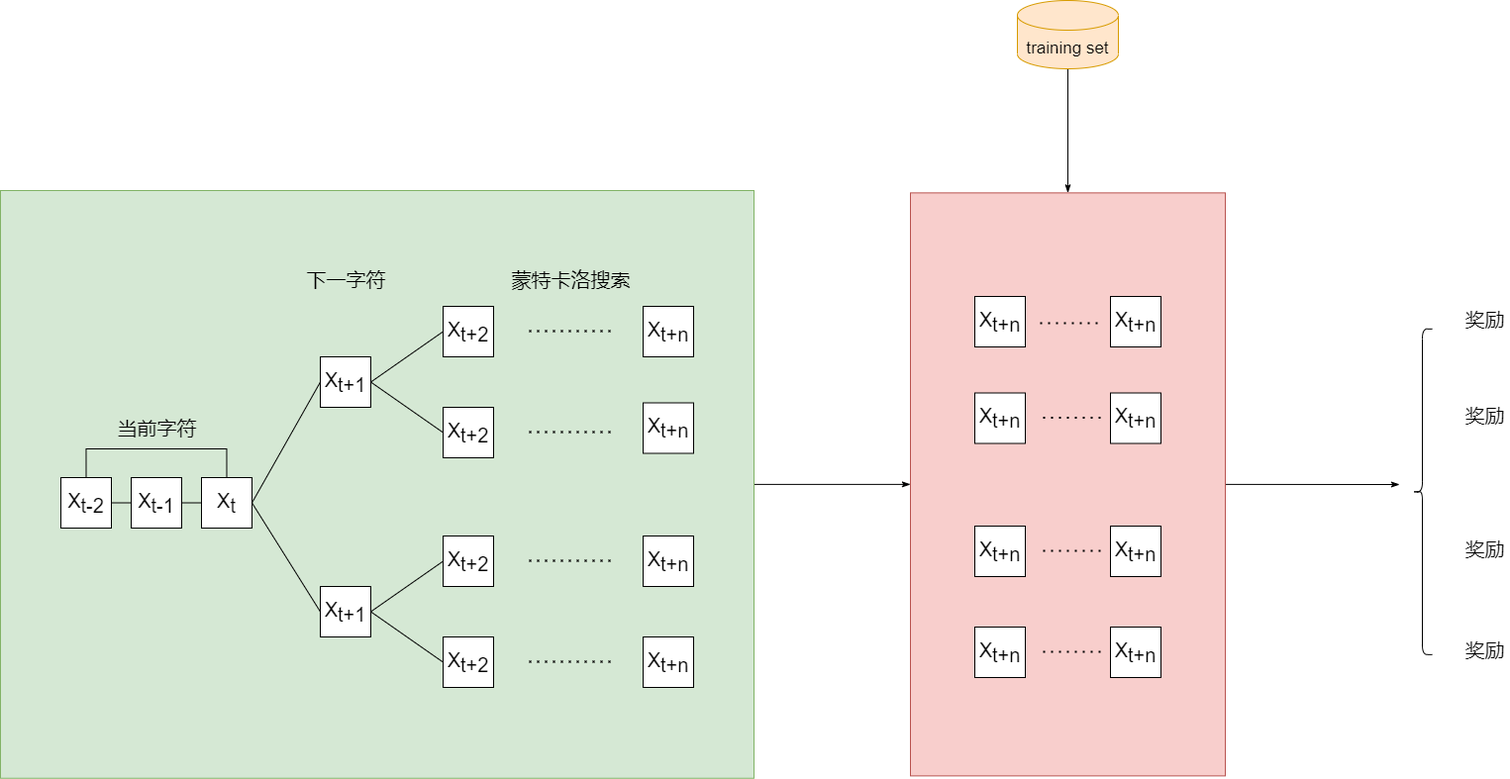
lakomi/pictures keeps this draw.io diagram as seqgan.drawio.png. Above is the earlier version. Source tidied: cells renumbered, new cells last; positions are measured from the earlier drawing's top-left corner, leaving out a move shared by most shapes.
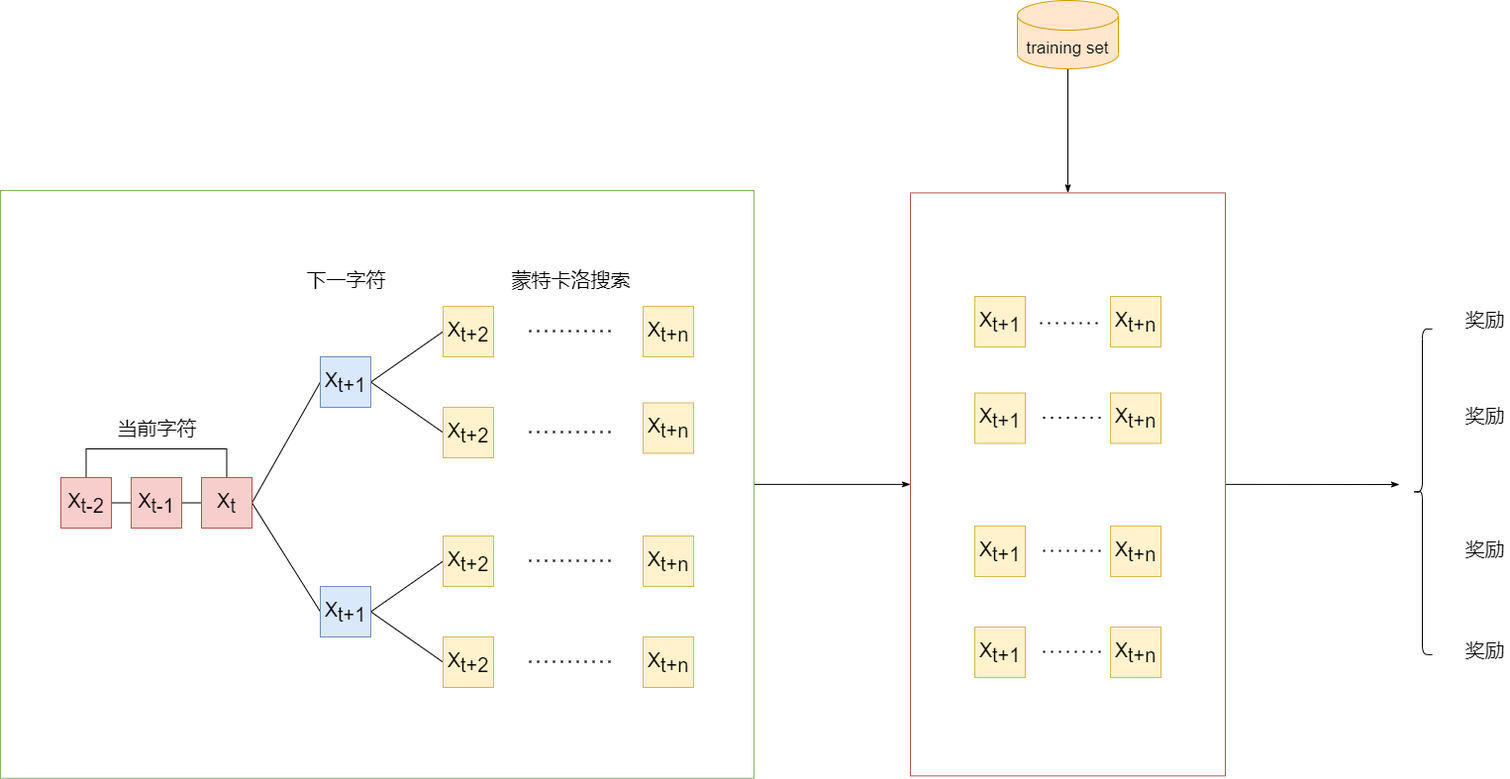
Above is the later version.

What changed in the source:
```diff
@@ -7,13 +7,13 @@
         <mxPoint x="1413" y="489" as="targetPoint" />
       </mxGeometry>
     </mxCell>
-    <mxCell id="3" style="rounded=0;whiteSpace=wrap;html=1;fillColor=#f8cecc;strokeColor=#b85450;fontSize=17;" parent="1" vertex="1">
+    <mxCell id="3" style="rounded=0;whiteSpace=wrap;html=1;fillColor=#FFFFFF;strokeColor=#b85450;fontSize=17;" parent="1" vertex="1">
       <mxGeometry x="919" y="194.4" width="318" height="589" as="geometry" />
     </mxCell>
     <mxCell id="4" style="edgeStyle=none;rounded=0;jettySize=auto;html=1;exitX=1;exitY=0.5;exitDx=0;exitDy=0;entryX=0;entryY=0.5;entryDx=0;entryDy=0;fontSize=20;endArrow=classicThin;endFill=1;" parent="1" edge="1" source="5" target="3">
       <mxGeometry relative="1" as="geometry" />
     </mxCell>
-    <mxCell id="5" style="rounded=0;whiteSpace=wrap;html=1;fillColor=#d5e8d4;strokeColor=#82b366;fontSize=17;" parent="1" vertex="1">
+    <mxCell id="5" style="rounded=0;whiteSpace=wrap;html=1;fillColor=#FFFFFF;strokeColor=#82b366;fontSize=17;" parent="1" vertex="1">
       <mxGeometry y="192" width="761" height="593.8" as="geometry" />
     </mxCell>
     <mxCell id="6" style="edgeStyle=none;rounded=0;jettySize=auto;html=1;exitX=0.5;exitY=1;exitDx=0;exitDy=0;exitPerimeter=0;fontSize=20;endArrow=classicThin;endFill=1;" parent="1" edge="1" source="7" target="3">
@@ -33,13 +33,13 @@
         </Array>
       </mxGeometry>
     </mxCell>
-    <mxCell id="10" value="&lt;span style=&quot;font-size: 20px;&quot;&gt;X&lt;/span&gt;&lt;sub style=&quot;font-size: 20px;&quot;&gt;t-2&lt;/sub&gt;" style="rounded=0;whiteSpace=wrap;html=1;fontSize=20;" parent="1" vertex="1">
+    <mxCell id="10" value="&lt;span style=&quot;font-size: 20px;&quot;&gt;X&lt;/span&gt;&lt;sub style=&quot;font-size: 20px;&quot;&gt;t-2&lt;/sub&gt;" style="rounded=0;whiteSpace=wrap;html=1;fontSize=20;fillColor=#f8cecc;strokeColor=#b85450;" parent="1" vertex="1">
       <mxGeometry x="61" y="482" width="51" height="51" as="geometry" />
     </mxCell>
     <mxCell id="11" style="edgeStyle=orthogonalEdgeStyle;rounded=0;jettySize=auto;html=1;exitX=1;exitY=0.5;exitDx=0;exitDy=0;entryX=0;entryY=0.5;entryDx=0;entryDy=0;fontSize=20;endArrow=none;endFill=0;" parent="1" edge="1" source="12" target="15">
       <mxGeometry relative="1" as="geometry" />
     </mxCell>
-    <mxCell id="12" value="&lt;span style=&quot;font-size: 20px;&quot;&gt;X&lt;/span&gt;&lt;sub style=&quot;font-size: 20px;&quot;&gt;t-1&lt;/sub&gt;" style="rounded=0;whiteSpace=wrap;html=1;fontSize=20;" parent="1" vertex="1">
+    <mxCell id="12" value="&lt;span style=&quot;font-size: 20px;&quot;&gt;X&lt;/span&gt;&lt;sub style=&quot;font-size: 20px;&quot;&gt;t-1&lt;/sub&gt;" style="rounded=0;whiteSpace=wrap;html=1;fontSize=20;fillColor=#f8cecc;strokeColor=#b85450;" parent="1" vertex="1">
       <mxGeometry x="132" y="482" width="51" height="51" as="geometry" />
     </mxCell>
     <mxCell id="13" style="rounded=0;jettySize=auto;html=1;exitX=1;exitY=0.5;exitDx=0;exitDy=0;entryX=0;entryY=0.5;entryDx=0;entryDy=0;fontSize=20;endArrow=none;endFill=0;" parent="1" edge="1" source="15" target="19">
@@ -48,7 +48,7 @@
     <mxCell id="14" style="edgeStyle=none;rounded=0;jettySize=auto;html=1;exitX=1;exitY=0.5;exitDx=0;exitDy=0;entryX=0;entryY=0.5;entryDx=0;entryDy=0;fontSize=20;endArrow=none;endFill=0;" parent="1" edge="1" source="15" target="22">
       <mxGeometry relative="1" as="geometry" />
     </mxCell>
-    <mxCell id="15" value="X&lt;sub style=&quot;font-size: 20px;&quot;&gt;t&lt;/sub&gt;" style="rounded=0;whiteSpace=wrap;html=1;fontSize=20;" parent="1" vertex="1">
+    <mxCell id="15" value="X&lt;sub style=&quot;font-size: 20px;&quot;&gt;t&lt;/sub&gt;" style="rounded=0;whiteSpace=wrap;html=1;fontSize=20;fillColor=#f8cecc;strokeColor=#b85450;" parent="1" vertex="1">
       <mxGeometry x="203" y="482" width="51" height="51" as="geometry" />
     </mxCell>
     <mxCell id="16" value="当前字符" style="text;html=1;align=center;verticalAlign=middle;strokeColor=none;fillColor=none;fontSize=20;" parent="1" vertex="1">
@@ -60,7 +60,7 @@
     <mxCell id="18" style="edgeStyle=none;rounded=0;jettySize=auto;html=1;exitX=1;exitY=0.5;exitDx=0;exitDy=0;entryX=0;entryY=0.5;entryDx=0;entryDy=0;fontSize=20;endArrow=none;endFill=0;" parent="1" edge="1" source="19" target="23">
       <mxGeometry relative="1" as="geometry" />
     </mxCell>
-    <mxCell id="19" value="X&lt;sub style=&quot;font-size: 20px;&quot;&gt;t+1&lt;/sub&gt;" style="rounded=0;whiteSpace=wrap;html=1;fontSize=20;" parent="1" vertex="1">
+    <mxCell id="19" value="X&lt;sub style=&quot;font-size: 20px;&quot;&gt;t+1&lt;/sub&gt;" style="rounded=0;whiteSpace=wrap;html=1;fontSize=20;fillColor=#dae8fc;strokeColor=#6c8ebf;" parent="1" vertex="1">
       <mxGeometry x="323" y="360" width="51" height="51" as="geometry" />
     </mxCell>
     <mxCell id="20" style="edgeStyle=none;rounded=0;jettySize=auto;html=1;exitX=1;exitY=0.5;exitDx=0;exitDy=0;entryX=0;entryY=0.5;entryDx=0;entryDy=0;fontSize=20;endArrow=none;endFill=0;" parent="1" edge="1" source="22" target="24">
@@ -69,19 +69,19 @@
     <mxCell id="21" style="edgeStyle=none;rounded=0;jettySize=auto;html=1;exitX=1;exitY=0.5;exitDx=0;exitDy=0;entryX=0;entryY=0.5;entryDx=0;entryDy=0;fontSize=20;endArrow=none;endFill=0;" parent="1" edge="1" source="22" target="26">
       <mxGeometry relative="1" as="geometry" />
     </mxCell>
-    <mxCell id="22" value="X&lt;sub style=&quot;font-size: 20px;&quot;&gt;t+1&lt;/sub&gt;" style="rounded=0;whiteSpace=wrap;html=1;fontSize=20;" parent="1" vertex="1">
+    <mxCell id="22" value="X&lt;sub style=&quot;font-size: 20px;&quot;&gt;t+1&lt;/sub&gt;" style="rounded=0;whiteSpace=wrap;html=1;fontSize=20;fillColor=#dae8fc;strokeColor=#6c8ebf;" parent="1" vertex="1">
       <mxGeometry x="323" y="592" width="51" height="51" as="geometry" />
     </mxCell>
-    <mxCell id="23" value="X&lt;sub style=&quot;font-size: 20px;&quot;&gt;t+2&lt;/sub&gt;" style="rounded=0;whiteSpace=wrap;html=1;fontSize=20;" parent="1" vertex="1">
+    <mxCell id="23" value="X&lt;sub style=&quot;font-size: 20px;&quot;&gt;t+2&lt;/sub&gt;" style="rounded=0;whiteSpace=wrap;html=1;fontSize=20;fillColor=#fff2cc;strokeColor=#d6b656;" parent="1" vertex="1">
       <mxGeometry x="447" y="411" width="51" height="51" as="geometry" />
     </mxCell>
-    <mxCell id="24" value="X&lt;sub style=&quot;font-size: 20px;&quot;&gt;t+2&lt;/sub&gt;" style="rounded=0;whiteSpace=wrap;html=1;fontSize=20;" parent="1" vertex="1">
+    <mxCell id="24" value="X&lt;sub style=&quot;font-size: 20px;&quot;&gt;t+2&lt;/sub&gt;" style="rounded=0;whiteSpace=wrap;html=1;fontSize=20;fillColor=#fff2cc;strokeColor=#d6b656;" parent="1" vertex="1">
       <mxGeometry x="447" y="541" width="51" height="51" as="geometry" />
     </mxCell>
-    <mxCell id="25" value="X&lt;sub style=&quot;font-size: 20px;&quot;&gt;t+2&lt;/sub&gt;" style="rounded=0;whiteSpace=wrap;html=1;fontSize=20;" parent="1" vertex="1">
+    <mxCell id="25" value="X&lt;sub style=&quot;font-size: 20px;&quot;&gt;t+2&lt;/sub&gt;" style="rounded=0;whiteSpace=wrap;html=1;fontSize=20;fillColor=#fff2cc;strokeColor=#d6b656;" parent="1" vertex="1">
       <mxGeometry x="447" y="309" width="51" height="51" as="geometry" />
     </mxCell>
-    <mxCell id="26" value="X&lt;sub style=&quot;font-size: 20px;&quot;&gt;t+2&lt;/sub&gt;" style="rounded=0;whiteSpace=wrap;html=1;fontSize=20;" parent="1" vertex="1">
+    <mxCell id="26" value="X&lt;sub style=&quot;font-size: 20px;&quot;&gt;t+2&lt;/sub&gt;" style="rounded=0;whiteSpace=wrap;html=1;fontSize=20;fillColor=#fff2cc;strokeColor=#d6b656;" parent="1" vertex="1">
       <mxGeometry x="447" y="643" width="51" height="51" as="geometry" />
     </mxCell>
     <mxCell id="27" value="下一字符" style="text;html=1;align=center;verticalAlign=middle;strokeColor=none;fillColor=none;fontSize=20;" parent="1" vertex="1">
@@ -123,16 +123,16 @@
         </Array>
       </mxGeometry>
     </mxCell>
-    <mxCell id="32" value="X&lt;sub style=&quot;font-size: 20px;&quot;&gt;t+n&lt;/sub&gt;" style="rounded=0;whiteSpace=wrap;html=1;fontSize=20;" parent="1" vertex="1">
+    <mxCell id="32" value="X&lt;sub style=&quot;font-size: 20px;&quot;&gt;t+n&lt;/sub&gt;" style="rounded=0;whiteSpace=wrap;html=1;fontSize=20;fillColor=#fff2cc;strokeColor=#d6b656;" parent="1" vertex="1">
       <mxGeometry x="649" y="309" width="51" height="51" as="geometry" />
     </mxCell>
-    <mxCell id="33" value="X&lt;sub style=&quot;font-size: 20px;&quot;&gt;t+n&lt;/sub&gt;" style="rounded=0;whiteSpace=wrap;html=1;fontSize=20;" parent="1" vertex="1">
+    <mxCell id="33" value="X&lt;sub style=&quot;font-size: 20px;&quot;&gt;t+n&lt;/sub&gt;" style="rounded=0;whiteSpace=wrap;html=1;fontSize=20;fillColor=#fff2cc;strokeColor=#d6b656;" parent="1" vertex="1">
       <mxGeometry x="649" y="406.5" width="51" height="51" as="geometry" />
     </mxCell>
-    <mxCell id="34" value="X&lt;sub style=&quot;font-size: 20px;&quot;&gt;t+n&lt;/sub&gt;" style="rounded=0;whiteSpace=wrap;html=1;fontSize=20;" parent="1" vertex="1">
+    <mxCell id="34" value="X&lt;sub style=&quot;font-size: 20px;&quot;&gt;t+n&lt;/sub&gt;" style="rounded=0;whiteSpace=wrap;html=1;fontSize=20;fillColor=#fff2cc;strokeColor=#d6b656;" parent="1" vertex="1">
       <mxGeometry x="649" y="541" width="51" height="51" as="geometry" />
     </mxCell>
-    <mxCell id="35" value="X&lt;sub style=&quot;font-size: 20px;&quot;&gt;t+n&lt;/sub&gt;" style="rounded=0;whiteSpace=wrap;html=1;fontSize=20;" parent="1" vertex="1">
+    <mxCell id="35" value="X&lt;sub style=&quot;font-size: 20px;&quot;&gt;t+n&lt;/sub&gt;" style="rounded=0;whiteSpace=wrap;html=1;fontSize=20;fillColor=#fff2cc;strokeColor=#d6b656;" parent="1" vertex="1">
       <mxGeometry x="649" y="643" width="51" height="51" as="geometry" />
     </mxCell>
     <mxCell id="36" value="蒙特卡洛搜索" style="text;html=1;align=center;verticalAlign=middle;strokeColor=none;fillColor=none;fontSize=20;" parent="1" vertex="1">
@@ -156,28 +156,28 @@
     <mxCell id="42" value="X&lt;sub style=&quot;font-size: 20px;&quot;&gt;t+n&lt;/sub&gt;" style="rounded=0;whiteSpace=wrap;html=1;fontSize=20;" parent="1" vertex="1">
       <mxGeometry x="1121" y="299" width="51" height="51" as="geometry" />
     </mxCell>
-    <mxCell id="43" value="X&lt;sub style=&quot;font-size: 20px;&quot;&gt;t+n&lt;/sub&gt;" style="rounded=0;whiteSpace=wrap;html=1;fontSize=20;" parent="1" vertex="1">
+    <mxCell id="43" value="X&lt;sub style=&quot;font-size: 20px&quot;&gt;t+1&lt;/sub&gt;" style="rounded=0;whiteSpace=wrap;html=1;fontSize=20;fillColor=#fff2cc;strokeColor=#d6b656;" parent="1" vertex="1">
       <mxGeometry x="984" y="396.5" width="51" height="51" as="geometry" />
     </mxCell>
-    <mxCell id="44" value="X&lt;sub style=&quot;font-size: 20px;&quot;&gt;t+n&lt;/sub&gt;" style="rounded=0;whiteSpace=wrap;html=1;fontSize=20;" parent="1" vertex="1">
+    <mxCell id="44" value="X&lt;sub style=&quot;font-size: 20px;&quot;&gt;t+n&lt;/sub&gt;" style="rounded=0;whiteSpace=wrap;html=1;fontSize=20;fillColor=#fff2cc;strokeColor=#d6b656;" parent="1" vertex="1">
       <mxGeometry x="1121" y="396.5" width="51" height="51" as="geometry" />
     </mxCell>
-    <mxCell id="45" value="X&lt;sub style=&quot;font-size: 20px;&quot;&gt;t+n&lt;/sub&gt;" style="rounded=0;whiteSpace=wrap;html=1;fontSize=20;" parent="1" vertex="1">
+    <mxCell id="45" value="X&lt;sub style=&quot;font-size: 20px&quot;&gt;t+1&lt;/sub&gt;" style="rounded=0;whiteSpace=wrap;html=1;fontSize=20;fillColor=#fff2cc;strokeColor=#d6b656;" parent="1" vertex="1">
       <mxGeometry x="984" y="531" width="51" height="51" as="geometry" />
     </mxCell>
-    <mxCell id="46" value="X&lt;sub style=&quot;font-size: 20px;&quot;&gt;t+n&lt;/sub&gt;" style="rounded=0;whiteSpace=wrap;html=1;fontSize=20;" parent="1" vertex="1">
+    <mxCell id="46" value="X&lt;sub style=&quot;font-size: 20px;&quot;&gt;t+n&lt;/sub&gt;" style="rounded=0;whiteSpace=wrap;html=1;fontSize=20;fillColor=#fff2cc;strokeColor=#d6b656;" parent="1" vertex="1">
       <mxGeometry x="1121" y="531" width="51" height="51" as="geometry" />
     </mxCell>
-    <mxCell id="47" value="X&lt;sub style=&quot;font-size: 20px;&quot;&gt;t+n&lt;/sub&gt;" style="rounded=0;whiteSpace=wrap;html=1;fontSize=20;" parent="1" vertex="1">
+    <mxCell id="47" value="X&lt;sub style=&quot;font-size: 20px&quot;&gt;t+1&lt;/sub&gt;" style="rounded=0;whiteSpace=wrap;html=1;fontSize=20;fillColor=#fff2cc;strokeColor=#d6b656;" parent="1" vertex="1">
       <mxGeometry x="984" y="299" width="51" height="51" as="geometry" />
     </mxCell>
-    <mxCell id="48" value="X&lt;sub style=&quot;font-size: 20px;&quot;&gt;t+n&lt;/sub&gt;" style="rounded=0;whiteSpace=wrap;html=1;fontSize=20;" parent="1" vertex="1">
+    <mxCell id="48" value="X&lt;sub style=&quot;font-size: 20px;&quot;&gt;t+n&lt;/sub&gt;" style="rounded=0;whiteSpace=wrap;html=1;fontSize=20;fillColor=#fff2cc;strokeColor=#d6b656;" parent="1" vertex="1">
       <mxGeometry x="1121" y="299" width="51" height="51" as="geometry" />
     </mxCell>
-    <mxCell id="49" value="X&lt;sub style=&quot;font-size: 20px;&quot;&gt;t+n&lt;/sub&gt;" style="rounded=0;whiteSpace=wrap;html=1;fontSize=20;" parent="1" vertex="1">
+    <mxCell id="49" value="X&lt;sub style=&quot;font-size: 20px&quot;&gt;t+1&lt;/sub&gt;" style="rounded=0;whiteSpace=wrap;html=1;fontSize=20;fillColor=#fff2cc;strokeColor=#d6b656;" parent="1" vertex="1">
       <mxGeometry x="984" y="633" width="51" height="51" as="geometry" />
     </mxCell>
-    <mxCell id="50" value="X&lt;sub style=&quot;font-size: 20px;&quot;&gt;t+n&lt;/sub&gt;" style="rounded=0;whiteSpace=wrap;html=1;fontSize=20;" parent="1" vertex="1">
+    <mxCell id="50" value="X&lt;sub style=&quot;font-size: 20px;&quot;&gt;t+n&lt;/sub&gt;" style="rounded=0;whiteSpace=wrap;html=1;fontSize=20;fillColor=#fff2cc;strokeColor=#d6b656;" parent="1" vertex="1">
       <mxGeometry x="1121" y="633" width="51" height="51" as="geometry" />
     </mxCell>
     <mxCell id="51" style="endArrow=none;dashed=1;html=1;dashPattern=1 3;strokeWidth=2;rounded=0;fontSize=20;" parent="1" edge="1">
```
